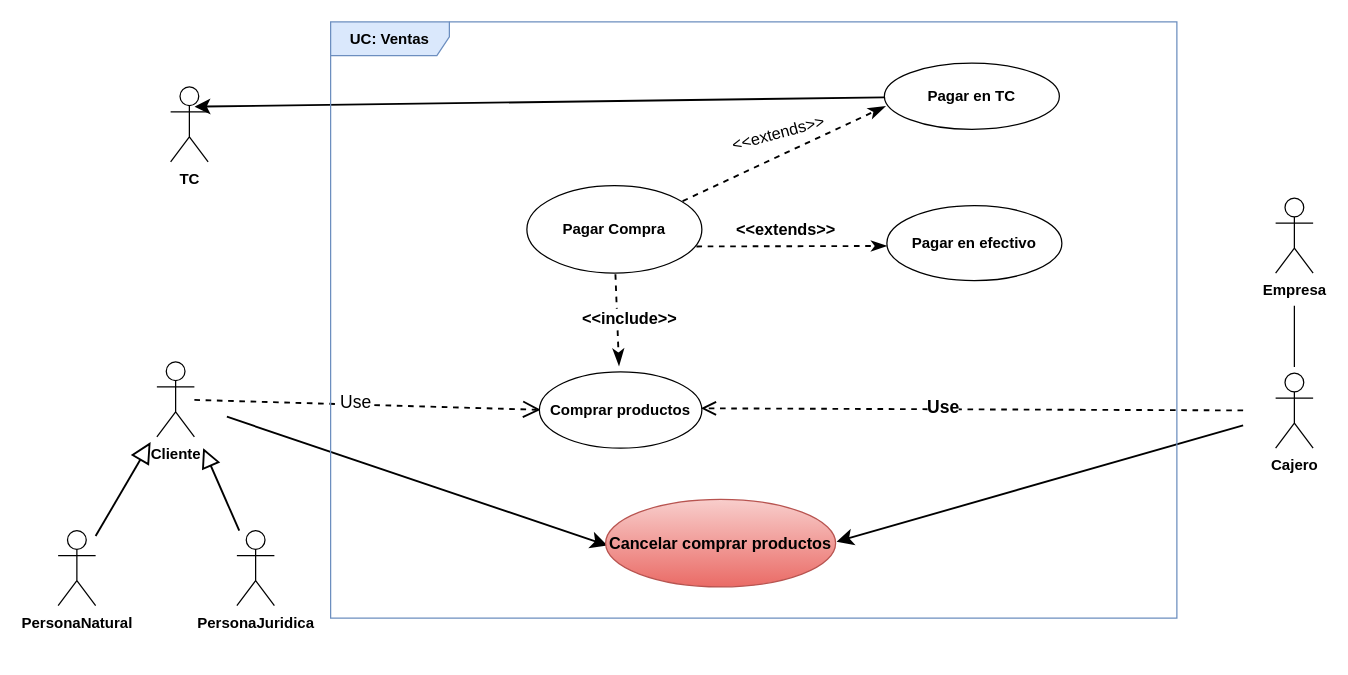
Earlier version of the draw.io diagram SuperMarket_Grupo4/UC_Polimarket.drawio (Jhairzp27/Poli-Market). Source tidied: cells renumbered, new cells numbered last; positions are measured from the earlier drawing's top-left corner, leaving out a move shared by most shapes. Both pictures are drawn from the tidied source at 125%, with x=0, y=0 at pixel (58, 21).
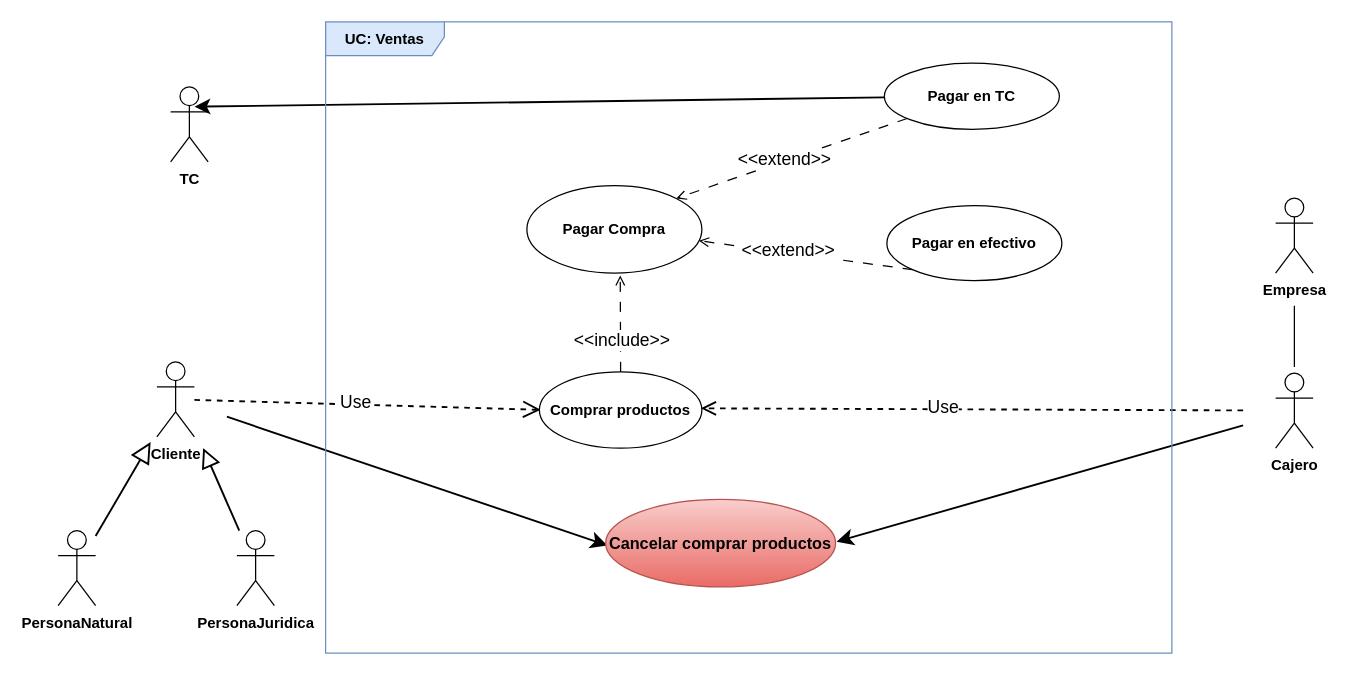
The same diagram, later.

The change refers to these unchanged cells:
```xml
<mxCell id="16" value="Comprar productos" style="ellipse;whiteSpace=wrap;html=1;fontStyle=1;" parent="1" vertex="1">
  <mxGeometry x="385" y="280" width="130" height="61" as="geometry" />
</mxCell>
<mxCell id="21" value="Pagar Compra" style="ellipse;whiteSpace=wrap;html=1;fontStyle=1;" parent="1" vertex="1">
  <mxGeometry x="375" y="131" width="140" height="70" as="geometry" />
</mxCell>
<mxCell id="23" value="Pagar en TC" style="ellipse;whiteSpace=wrap;html=1;labelBackgroundColor=none;fontStyle=1;" parent="1" vertex="1">
  <mxGeometry x="661" y="33" width="140" height="53" as="geometry" />
</mxCell>
<mxCell id="24" value="Pagar en efectivo" style="ellipse;whiteSpace=wrap;html=1;fontStyle=1;" parent="1" vertex="1">
  <mxGeometry x="663" y="147" width="140" height="60" as="geometry" />
</mxCell>
```

What changed in the source:
```diff
@@
+    <mxCell id="30" style="edgeStyle=none;html=1;exitX=0.5;exitY=0;exitDx=0;exitDy=0;dashed=1;dashPattern=8 8;endArrow=open;endFill=0;" parent="1" edge="1" source="16">
+      <mxGeometry relative="1" as="geometry">
+        <mxPoint x="449.7" y="202.8" as="targetPoint" />
+      </mxGeometry>
+    </mxCell>
+    <mxCell id="26" value="&lt;font style=&quot;font-size: 14px;&quot;&gt;&amp;lt;&amp;lt;include&amp;gt;&amp;gt;&lt;/font&gt;" style="edgeLabel;html=1;align=center;verticalAlign=middle;" parent="30" vertex="1">
+      <mxGeometry x="-0.36" y="-1" relative="1" as="geometry" />
+    </mxCell>
@@
-    <mxCell id="17" style="edgeStyle=none;jumpSize=11;html=1;strokeColor=#000000;strokeWidth=1.5;fontSize=14;endArrow=classicThin;endFill=1;startSize=12;endSize=9;sourcePerimeterSpacing=26;targetPerimeterSpacing=5;exitX=0.89;exitY=0.177;exitDx=0;exitDy=0;exitPerimeter=0;dashed=1;entryX=0.005;entryY=0.653;entryDx=0;entryDy=0;entryPerimeter=0;fontStyle=1;" parent="1" edge="1" source="21" target="23">
-      <mxGeometry relative="1" as="geometry" />
-    </mxCell>
-    <mxCell id="18" value="&amp;lt;&amp;lt;extends&amp;gt;&amp;gt;" style="edgeLabel;html=1;align=center;verticalAlign=middle;fontSize=13;rotation=-15;" parent="17" vertex="1">
-      <mxGeometry x="0.23" relative="1" as="geometry">
-        <mxPoint x="-24" y="-8" as="offset" />
-      </mxGeometry>
-    </mxCell>
-    <mxCell id="19" style="edgeStyle=none;jumpSize=11;html=1;strokeColor=#000000;strokeWidth=1.5;fontSize=14;endArrow=classicThin;endFill=1;startSize=12;endSize=8;sourcePerimeterSpacing=26;targetPerimeterSpacing=5;exitX=0.969;exitY=0.695;exitDx=0;exitDy=0;exitPerimeter=0;dashed=1;entryX=0;entryY=0.538;entryDx=0;entryDy=0;entryPerimeter=0;fontStyle=1;" parent="1" edge="1" source="21" target="24">
-      <mxGeometry relative="1" as="geometry" />
-    </mxCell>
-    <mxCell id="20" style="edgeStyle=none;jumpSize=11;html=1;dashed=1;strokeColor=#000000;strokeWidth=1.5;fontSize=13;endArrow=classicThin;endFill=1;startSize=12;endSize=9;sourcePerimeterSpacing=26;targetPerimeterSpacing=5;exitX=0.506;exitY=1.012;exitDx=0;exitDy=0;exitPerimeter=0;fontStyle=1;" parent="1" edge="1" source="21" target="16">
-      <mxGeometry relative="1" as="geometry" />
-    </mxCell>
@@
+    <mxCell id="31" style="edgeStyle=none;html=1;entryX=1;entryY=0;entryDx=0;entryDy=0;dashed=1;dashPattern=8 8;fontSize=14;endArrow=open;endFill=0;" parent="1" edge="1" source="23" target="21">
+      <mxGeometry relative="1" as="geometry" />
+    </mxCell>
+    <mxCell id="32" value="&amp;lt;&amp;lt;extend&amp;gt;&amp;gt;" style="edgeLabel;html=1;align=center;verticalAlign=middle;fontSize=14;" parent="31" vertex="1">
+      <mxGeometry x="0.25" relative="1" as="geometry">
+        <mxPoint x="17" y="-8" as="offset" />
+      </mxGeometry>
+    </mxCell>
@@
+    <mxCell id="33" style="edgeStyle=none;html=1;exitX=0;exitY=1;exitDx=0;exitDy=0;dashed=1;dashPattern=8 8;fontSize=14;endArrow=open;endFill=0;" parent="1" edge="1" source="24" target="21">
+      <mxGeometry relative="1" as="geometry" />
+    </mxCell>
+    <mxCell id="34" value="&amp;lt;&amp;lt;extend&amp;gt;&amp;gt;" style="edgeLabel;html=1;align=center;verticalAlign=middle;fontSize=14;rotation=0;" parent="33" vertex="1">
+      <mxGeometry x="0.4" y="1" relative="1" as="geometry">
+        <mxPoint x="20" as="offset" />
+      </mxGeometry>
+    </mxCell>
@@
-    <mxCell id="25" value="&amp;lt;&amp;lt;extends&amp;gt;&amp;gt;" style="edgeLabel;html=1;align=center;verticalAlign=middle;fontSize=13;rotation=0;fontStyle=1;" parent="1" vertex="1">
-      <mxGeometry x="559" y="177" as="geometry">
-        <mxPoint x="22.9" y="-11.3" as="offset" />
-      </mxGeometry>
-    </mxCell>
-    <mxCell id="26" value="&amp;lt;&amp;lt;include&amp;gt;&amp;gt;" style="edgeLabel;html=1;align=center;verticalAlign=middle;fontSize=13;rotation=0;fontStyle=1;" parent="1" vertex="1">
-      <mxGeometry x="434" y="248" as="geometry">
-        <mxPoint x="22.9" y="-11.3" as="offset" />
-      </mxGeometry>
-    </mxCell>
@@
-    <mxCell id="28" value="Use" style="edgeLabel;html=1;align=center;verticalAlign=middle;fontSize=14;fontStyle=1;" parent="1" vertex="1">
+    <mxCell id="28" value="&lt;span style=&quot;font-weight: normal;&quot;&gt;Use&lt;/span&gt;" style="edgeLabel;html=1;align=center;verticalAlign=middle;fontSize=14;fontStyle=1;" parent="1" vertex="1">
       <mxGeometry x="288" y="316.6" as="geometry">
         <mxPoint x="419" y="-9" as="offset" />
       </mxGeometry>
     </mxCell>
     <mxCell id="29" value="UC: Ventas" style="shape=umlFrame;whiteSpace=wrap;html=1;fillColor=#dae8fc;strokeColor=#6c8ebf;width=95;height=27;fontStyle=1;" parent="1" vertex="1">
-      <mxGeometry x="218" width="677" height="477" as="geometry" />
+      <mxGeometry x="214" width="677" height="505" as="geometry" />
     </mxCell>
```
